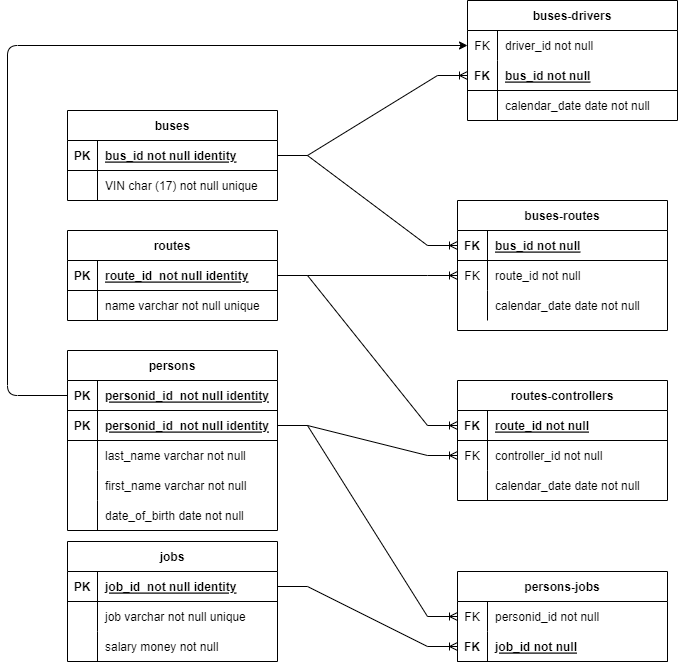
Before: Transport_diagramm.png, a diagram exported from draw.io (anfan1956/Database_studies). Source tidied: cells renumbered, new cells last; positions are measured from the earlier drawing's top-left corner, leaving out a move shared by most shapes.
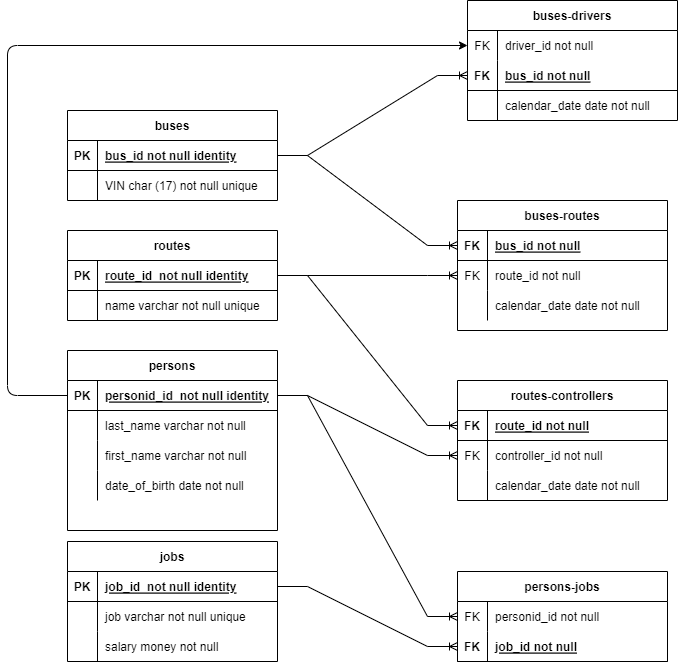
Later version of the same file.

Commit message:
Initial commit transport ERD as a .png file

The edit, as a diff of the source:
```diff
@@ -26,17 +26,8 @@
     <mxCell id="9" value="persons" style="shape=table;startSize=30;rowLines=0;fontStyle=1;align=center;" parent="1" vertex="1">
       <mxGeometry x="60" y="350" width="210" height="180" as="geometry" />
     </mxCell>
-    <mxCell id="10" style="shape=partialRectangle;fillColor=none;points=[[0,0.5],[1,0.5]];portConstraint=eastwest;top=0;left=0;right=0;bottom=1;" parent="9" vertex="1">
-      <mxGeometry y="30" width="210" height="30" as="geometry" />
-    </mxCell>
-    <mxCell id="11" value="PK" style="shape=partialRectangle;overflow=hidden;fillColor=none;top=0;left=0;bottom=0;right=0;fontStyle=1;" parent="10" vertex="1">
-      <mxGeometry width="30" height="30" as="geometry" />
-    </mxCell>
-    <mxCell id="12" value="personid_id  not null identity" style="shape=partialRectangle;overflow=hidden;fillColor=none;top=0;left=0;bottom=0;right=0;align=left;spacingLeft=6;fontStyle=5;" parent="10" vertex="1">
-      <mxGeometry x="30" width="180" height="30" as="geometry" />
-    </mxCell>
     <mxCell id="13" style="shape=partialRectangle;fillColor=none;points=[[0,0.5],[1,0.5]];portConstraint=eastwest;top=0;left=0;right=0;bottom=1;" parent="9" vertex="1">
-      <mxGeometry y="60" width="210" height="30" as="geometry" />
+      <mxGeometry y="30" width="210" height="30" as="geometry" />
     </mxCell>
     <mxCell id="14" value="PK" style="shape=partialRectangle;overflow=hidden;fillColor=none;top=0;left=0;bottom=0;right=0;fontStyle=1;" parent="13" vertex="1">
       <mxGeometry width="30" height="30" as="geometry" />
@@ -45,7 +36,7 @@
       <mxGeometry x="30" width="180" height="30" as="geometry" />
     </mxCell>
     <mxCell id="16" style="shape=partialRectangle;fillColor=none;top=0;left=0;right=0;bottom=0;" parent="9" vertex="1">
-      <mxGeometry y="90" width="210" height="30" as="geometry" />
+      <mxGeometry y="60" width="210" height="30" as="geometry" />
     </mxCell>
     <mxCell id="17" style="shape=partialRectangle;overflow=hidden;fillColor=none;top=0;left=0;bottom=0;right=0;" parent="16" vertex="1">
       <mxGeometry width="30" height="30" as="geometry" />
@@ -54,7 +45,7 @@
       <mxGeometry x="30" width="180" height="30" as="geometry" />
     </mxCell>
     <mxCell id="19" style="shape=partialRectangle;fillColor=none;top=0;left=0;right=0;bottom=0;" parent="9" vertex="1">
-      <mxGeometry y="120" width="210" height="30" as="geometry" />
+      <mxGeometry y="90" width="210" height="30" as="geometry" />
     </mxCell>
     <mxCell id="20" style="shape=partialRectangle;overflow=hidden;fillColor=none;top=0;left=0;bottom=0;right=0;" parent="19" vertex="1">
       <mxGeometry width="30" height="30" as="geometry" />
@@ -63,7 +54,7 @@
       <mxGeometry x="30" width="180" height="30" as="geometry" />
     </mxCell>
     <mxCell id="22" style="shape=partialRectangle;fillColor=none;top=0;left=0;right=0;bottom=0;" parent="9" vertex="1">
-      <mxGeometry y="150" width="210" height="30" as="geometry" />
+      <mxGeometry y="120" width="210" height="30" as="geometry" />
     </mxCell>
     <mxCell id="23" style="shape=partialRectangle;overflow=hidden;fillColor=none;top=0;left=0;bottom=0;right=0;" parent="22" vertex="1">
       <mxGeometry width="30" height="30" as="geometry" />
@@ -257,8 +248,9 @@
     <mxCell id="86" style="edgeStyle=entityRelationEdgeStyle;fontSize=12;html=1;endArrow=ERoneToMany;rounded=0;exitX=1;exitY=0.5;exitDx=0;exitDy=0;entryX=0;entryY=0.5;entryDx=0;entryDy=0;" parent="1" edge="1" source="13" target="57">
       <mxGeometry relative="1" as="geometry" />
     </mxCell>
-    <mxCell id="87" style="edgeStyle=elbowEdgeStyle;html=1;entryX=0;entryY=0.5;entryDx=0;entryDy=0;" parent="1" edge="1" source="10" target="64">
+    <mxCell id="87" style="edgeStyle=elbowEdgeStyle;html=1;entryX=0;entryY=0.5;entryDx=0;entryDy=0;" parent="1" edge="1" target="64">
       <mxGeometry relative="1" as="geometry">
+        <mxPoint x="60" y="395" as="sourcePoint" />
         <Array as="points">
           <mxPoint y="220" />
         </Array>
```
